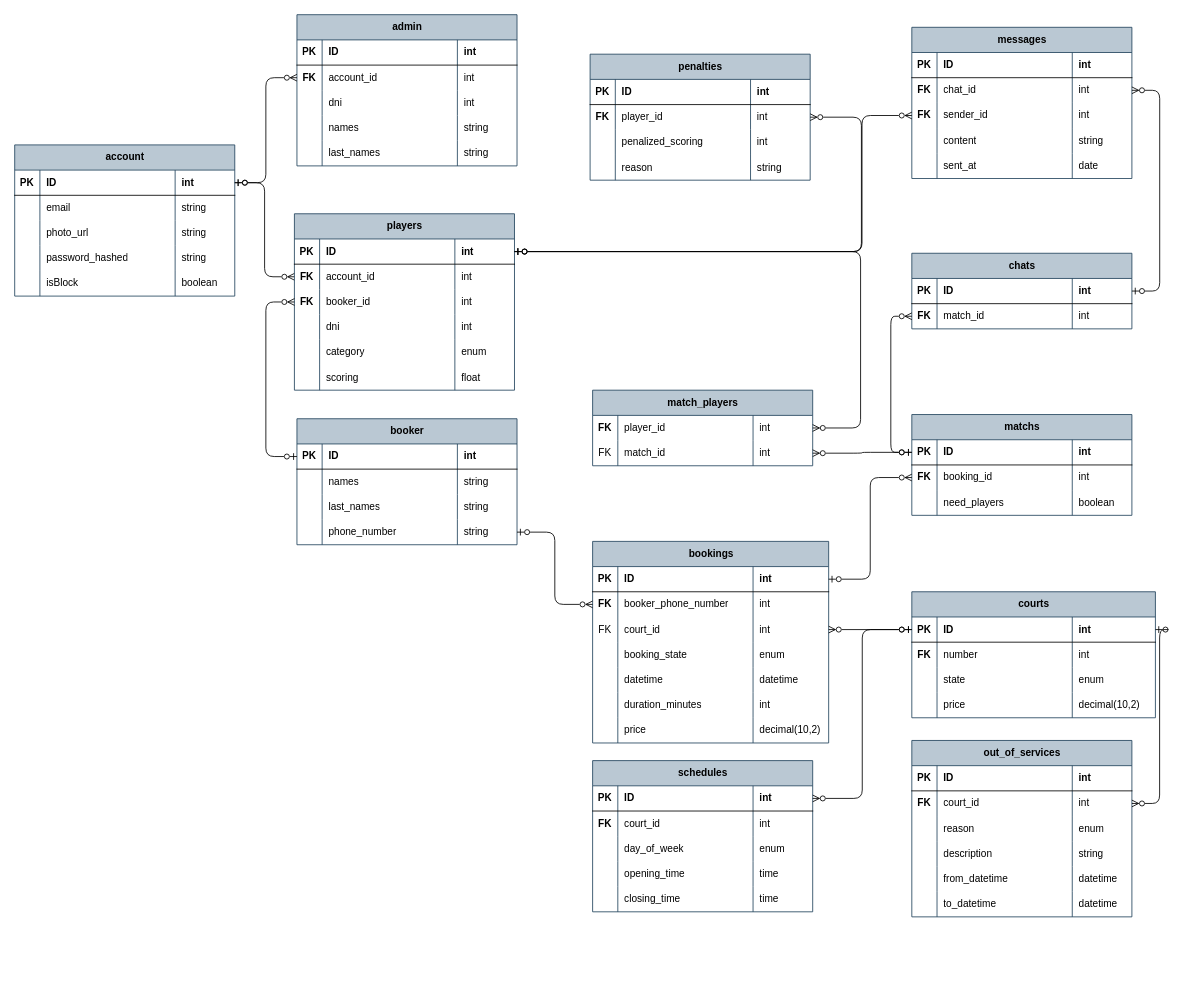
Above: docs/der/DER Padel Quento.drawio in JoacoMazza/padel-quento (draw.io), before the change. Source tidied: cells renumbered, new cells numbered last; positions are measured from the earlier drawing's top-left corner, leaving out a move shared by most shapes. Both pictures are drawn from the tidied source at 84%, with x=0, y=0 at pixel (14, 14).
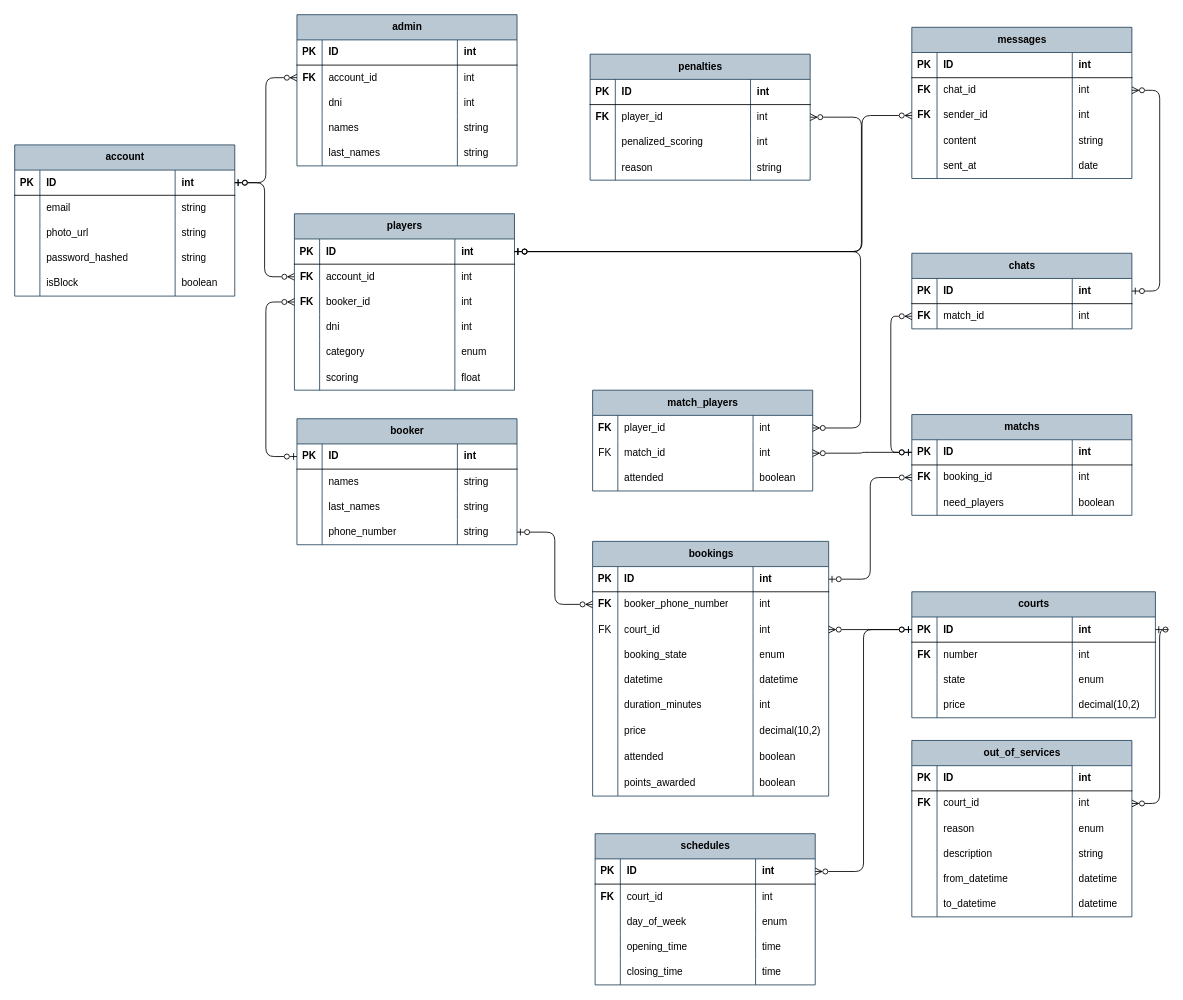
The same page after the edit.

Commit message (it also covers changes not shown here):
docs(der): add attendance tracking fields to bookings and match_players

What changed in the source:
```diff
@@
     <mxCell id="83" value="schedules" style="shape=table;startSize=30;childLayout=tableLayout;rowLines=0;fontStyle=1;align=center;html=1;fillColor=#bac8d3;strokeColor=#23445d;" parent="1" vertex="1">
-      <mxGeometry x="688" y="888" width="262" height="180" as="geometry" />
+      <mxGeometry x="691" y="975" width="262" height="180" as="geometry" />
     </mxCell>
@@
     <mxCell id="129" value="bookings" style="shape=table;startSize=30;childLayout=tableLayout;rowLines=0;fontStyle=1;align=center;html=1;fillColor=#bac8d3;strokeColor=#23445d;" parent="1" vertex="1">
-      <mxGeometry x="688" y="627" width="281" height="240" as="geometry" />
+      <mxGeometry x="688" y="627" width="281" height="303.2" as="geometry" />
     </mxCell>
@@
     <mxCell id="154" style="shape=tableRow;horizontal=0;startSize=0;swimlaneHead=0;swimlaneBody=0;fillColor=none;top=0;left=0;right=0;bottom=0;" parent="129" vertex="1">
-      <mxGeometry y="210" width="281" height="30" as="geometry" />
+      <mxGeometry y="210" width="281" height="31" as="geometry" />
     </mxCell>
     <mxCell id="155" style="shape=partialRectangle;fillColor=none;top=0;left=0;bottom=0;right=0;overflow=hidden;whiteSpace=wrap;html=1;" parent="154" vertex="1">
-      <mxGeometry width="30" height="30" as="geometry" />
+      <mxGeometry width="30" height="31" as="geometry" />
     </mxCell>
     <mxCell id="156" value="price" style="shape=partialRectangle;fillColor=none;top=0;left=0;bottom=0;right=0;align=left;spacingLeft=6;overflow=hidden;whiteSpace=wrap;html=1;" parent="154" vertex="1">
-      <mxGeometry x="30" width="161" height="30" as="geometry" />
+      <mxGeometry x="30" width="161" height="31" as="geometry" />
     </mxCell>
     <mxCell id="157" value="decimal(10,2)" style="shape=partialRectangle;fillColor=none;top=0;left=0;bottom=0;right=0;align=left;spacingLeft=6;overflow=hidden;whiteSpace=wrap;html=1;" parent="154" vertex="1">
-      <mxGeometry x="191" width="90" height="30" as="geometry" />
+      <mxGeometry x="191" width="90" height="31" as="geometry" />
     </mxCell>
+    <mxCell id="261" style="shape=tableRow;horizontal=0;startSize=0;swimlaneHead=0;swimlaneBody=0;fillColor=none;top=0;left=0;right=0;bottom=0;" parent="129" vertex="1">
+      <mxGeometry y="241" width="281" height="31" as="geometry" />
+    </mxCell>
+    <mxCell id="262" style="shape=partialRectangle;fillColor=none;top=0;left=0;bottom=0;right=0;overflow=hidden;whiteSpace=wrap;html=1;" parent="261" vertex="1">
+      <mxGeometry width="30" height="31" as="geometry" />
+    </mxCell>
+    <mxCell id="263" value="attended" style="shape=partialRectangle;fillColor=none;top=0;left=0;bottom=0;right=0;align=left;spacingLeft=6;overflow=hidden;whiteSpace=wrap;html=1;" parent="261" vertex="1">
+      <mxGeometry x="30" width="161" height="31" as="geometry" />
+    </mxCell>
+    <mxCell id="264" value="boolean" style="shape=partialRectangle;fillColor=none;top=0;left=0;bottom=0;right=0;align=left;spacingLeft=6;overflow=hidden;whiteSpace=wrap;html=1;" parent="261" vertex="1">
+      <mxGeometry x="191" width="90" height="31" as="geometry" />
+    </mxCell>
+    <mxCell id="265" style="shape=tableRow;horizontal=0;startSize=0;swimlaneHead=0;swimlaneBody=0;fillColor=none;top=0;left=0;right=0;bottom=0;" parent="129" vertex="1">
+      <mxGeometry y="272" width="281" height="31" as="geometry" />
+    </mxCell>
+    <mxCell id="266" style="shape=partialRectangle;fillColor=none;top=0;left=0;bottom=0;right=0;overflow=hidden;whiteSpace=wrap;html=1;" parent="265" vertex="1">
+      <mxGeometry width="30" height="31" as="geometry" />
+    </mxCell>
+    <mxCell id="267" value="points_awarded" style="shape=partialRectangle;fillColor=none;top=0;left=0;bottom=0;right=0;align=left;spacingLeft=6;overflow=hidden;whiteSpace=wrap;html=1;" parent="265" vertex="1">
+      <mxGeometry x="30" width="161" height="31" as="geometry" />
+    </mxCell>
+    <mxCell id="268" value="boolean" style="shape=partialRectangle;fillColor=none;top=0;left=0;bottom=0;right=0;align=left;spacingLeft=6;overflow=hidden;whiteSpace=wrap;html=1;" parent="265" vertex="1">
+      <mxGeometry x="191" width="90" height="31" as="geometry" />
+    </mxCell>
@@
     <mxCell id="171" value="match_players" style="shape=table;startSize=30;childLayout=tableLayout;rowLines=0;fontStyle=1;align=center;html=1;fillColor=#bac8d3;strokeColor=#23445d;" parent="1" vertex="1">
-      <mxGeometry x="688" y="447" width="262" height="90" as="geometry" />
+      <mxGeometry x="688" y="447" width="262" height="120" as="geometry" />
     </mxCell>
@@
+    <mxCell id="269" style="shape=tableRow;horizontal=0;startSize=0;swimlaneHead=0;swimlaneBody=0;fillColor=none;top=0;left=0;right=0;bottom=0;" parent="171" vertex="1">
+      <mxGeometry y="90" width="262" height="30" as="geometry" />
+    </mxCell>
+    <mxCell id="270" style="shape=partialRectangle;fillColor=none;top=0;left=0;bottom=0;right=0;overflow=hidden;whiteSpace=wrap;html=1;" parent="269" vertex="1">
+      <mxGeometry width="30" height="30" as="geometry" />
+    </mxCell>
+    <mxCell id="271" value="attended" style="shape=partialRectangle;fillColor=none;top=0;left=0;bottom=0;right=0;align=left;spacingLeft=6;overflow=hidden;whiteSpace=wrap;html=1;" parent="269" vertex="1">
+      <mxGeometry x="30" width="161" height="30" as="geometry" />
+    </mxCell>
+    <mxCell id="272" value="boolean" style="shape=partialRectangle;fillColor=none;top=0;left=0;bottom=0;right=0;align=left;spacingLeft=6;overflow=hidden;whiteSpace=wrap;html=1;" parent="269" vertex="1">
+      <mxGeometry x="191" width="71" height="30" as="geometry" />
+    </mxCell>
```
